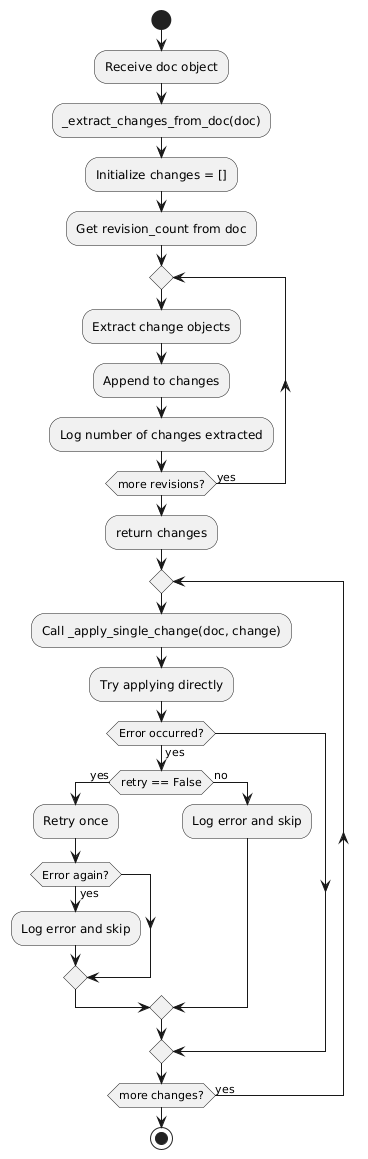
Above: Algorithm.png in Nafishsy/ENG2CHI (PlantUML), before the change.
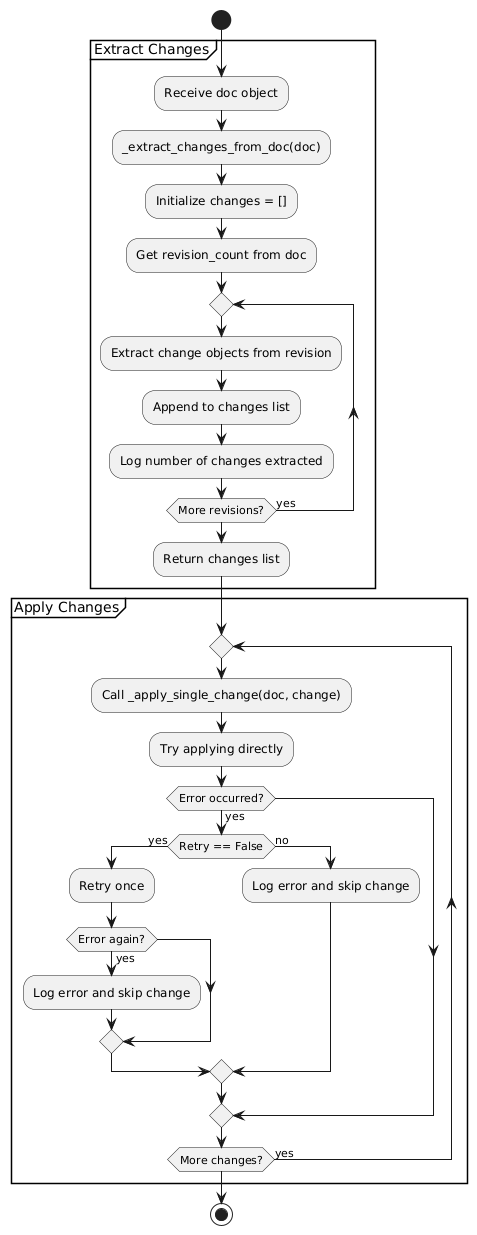
Later version of the same file.

Change to the diagram source:
```diff
@@ -1,34 +1,39 @@
 @startuml
 start
 
-:Receive doc object;
-:_extract_changes_from_doc(doc);
-:Initialize changes = [];
+partition "Extract Changes" {
+  :Receive doc object;
+  :_extract_changes_from_doc(doc);
+  :Initialize changes = [];
+  :Get revision_count from doc;
 
-:Get revision_count from doc;
+  repeat
+    :Extract change objects from revision;
+    :Append to changes list;
+    :Log number of changes extracted;
+  repeat while (More revisions?) is (yes)
 
-repeat
-  :Extract change objects;
-  :Append to changes;
-  :Log number of changes extracted;
-repeat while (more revisions?) is (yes)
+  :Return changes list;
+}
 
-:return changes;
+partition "Apply Changes" {
+  repeat
+    :Call _apply_single_change(doc, change);
+    :Try applying directly;
 
-repeat
-  :Call _apply_single_change(doc, change);
-  :Try applying directly;
-  if (Error occurred?) then (yes)
-    if (retry == False) then (yes)
-      :Retry once;
-      if (Error again?) then (yes)
-        :Log error and skip;
+    if (Error occurred?) then (yes)
+      if (Retry == False) then (yes)
+        :Retry once;
+        if (Error again?) then (yes)
+          :Log error and skip change;
+        endif
+      else (no)
+        :Log error and skip change;
       endif
-    else (no)
-      :Log error and skip;
     endif
-  endif
-repeat while (more changes?) is (yes)
+
+  repeat while (More changes?) is (yes)
+}
 
 stop
 @enduml
```
